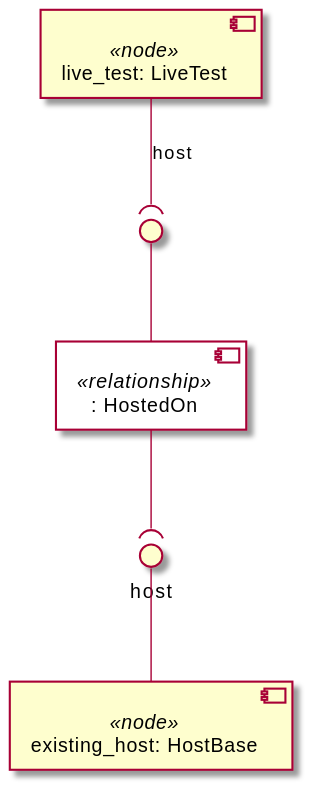
The PlantUML diagram examples/ariatosca/diagrams/uml2/clearwater-live-test-existing-1.0-uml2-component-diagram2.svg in Orange-OpenSource/Cloudnet-TOSCA-toolbox, before a commit.
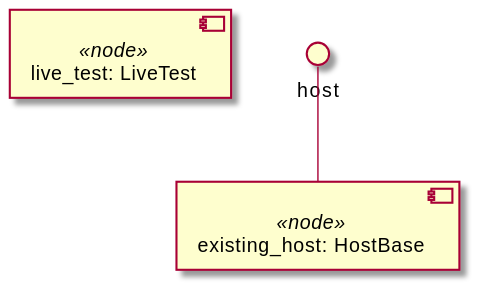
Above is the later version.

Diff of the diagram source:
```diff
@@ -5,14 +5,9 @@
 }
 
 component "live_test: LiveTest" <<node>> as node_live_test
-component ": HostedOn" <<relationship>> as node_live_test_host_relationship0
-interface " " as node_live_test_host_relationship0_source
-node_live_test_host_relationship0_source -- node_live_test_host_relationship0
-node_live_test --( node_live_test_host_relationship0_source : host
 
 component "existing_host: HostBase" <<node>> as node_existing_host
 interface "host" as node_existing_host_host
 node_existing_host_host -- node_existing_host
 
-node_live_test_host_relationship0 --( node_existing_host_host
 @enduml
```
